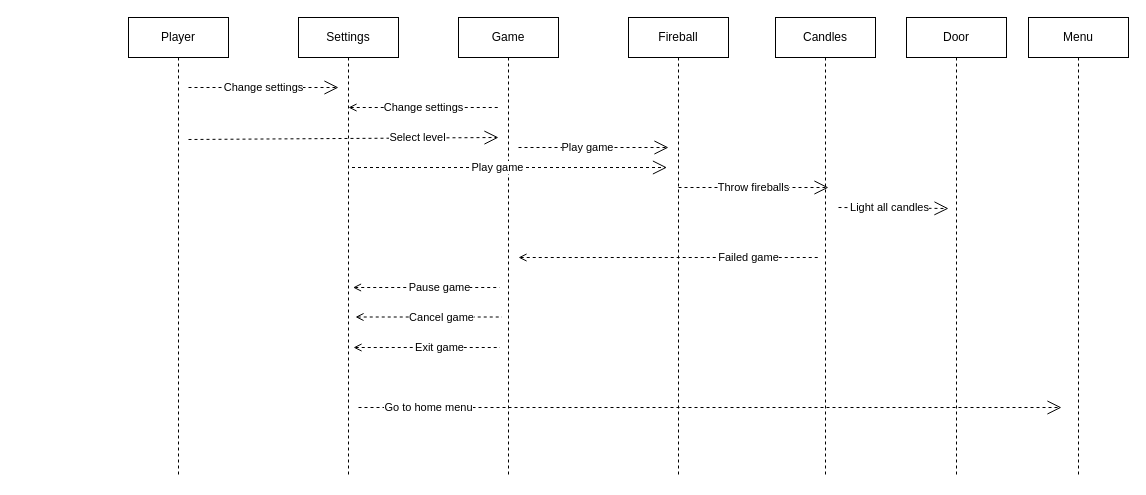
Above: page "Sequence Model" (2 of 3) of Fileball Game Diagrams.drawio in sunrise858/CISC210Draw (draw.io), before the change. Source tidied: cells renumbered, new cells numbered last; positions are measured from the earlier drawing's top-left corner, leaving out a move shared by most shapes. Both pictures are drawn from the tidied source at 100%, with x=0, y=0 at pixel (128, 17).
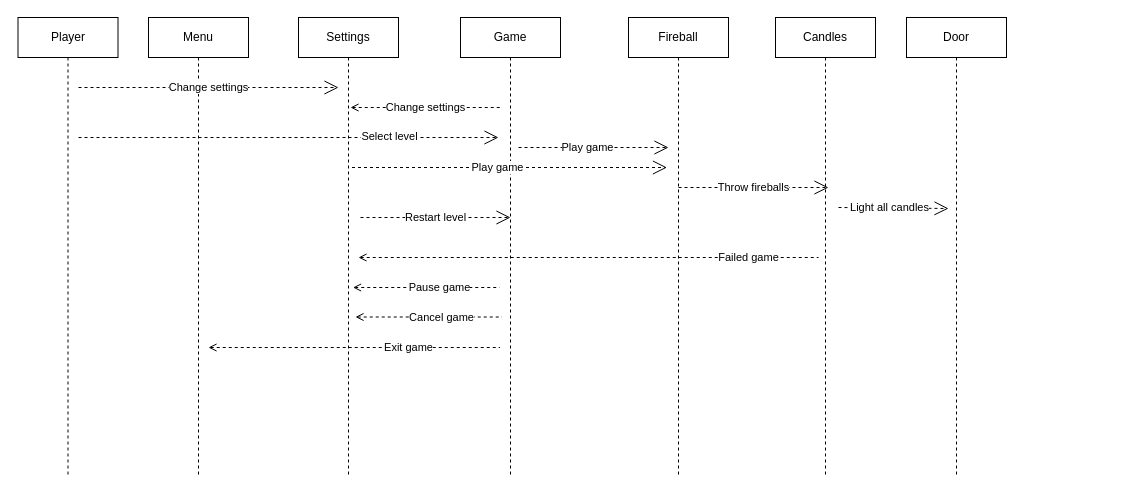
After the change.

Unchanged cells that the change refers to:
```xml
<mxCell id="3" value="Settings" style="shape=umlLifeline;perimeter=lifelinePerimeter;whiteSpace=wrap;html=1;" parent="1" vertex="1">
  <mxGeometry x="170" width="100" height="460" as="geometry" />
</mxCell>
```

Diff of the diagram source:
```diff
@@
     <mxCell id="2" value="Player" style="shape=umlLifeline;perimeter=lifelinePerimeter;whiteSpace=wrap;html=1;" parent="1" vertex="1">
-      <mxGeometry width="100" height="460" as="geometry" />
+      <mxGeometry x="-110.5" width="100" height="460" as="geometry" />
     </mxCell>
@@
     <mxCell id="4" value="Select level" style="endArrow=open;endSize=12;dashed=1;html=1;" parent="3" edge="1">
       <mxGeometry x="0.48" y="1" relative="1" as="geometry">
-        <mxPoint x="-110" y="122" as="sourcePoint" />
+        <mxPoint x="-220" y="120" as="sourcePoint" />
         <mxPoint x="200" y="120" as="targetPoint" />
       </mxGeometry>
     </mxCell>
     <mxCell id="5" value="Game" style="shape=umlLifeline;perimeter=lifelinePerimeter;whiteSpace=wrap;html=1;size=40;" parent="1" vertex="1">
-      <mxGeometry x="330" width="100" height="460" as="geometry" />
+      <mxGeometry x="332" width="100" height="460" as="geometry" />
     </mxCell>
@@
     <mxCell id="9" value="Menu" style="shape=umlLifeline;perimeter=lifelinePerimeter;whiteSpace=wrap;html=1;" parent="1" vertex="1">
-      <mxGeometry x="900" width="100" height="460" as="geometry" />
+      <mxGeometry x="20" width="100" height="460" as="geometry" />
     </mxCell>
     <mxCell id="10" value="Change settings" style="endArrow=open;endSize=12;dashed=1;html=1;" parent="1" edge="1">
       <mxGeometry relative="1" as="geometry">
-        <mxPoint x="60" y="70" as="sourcePoint" />
+        <mxPoint x="-50" y="70" as="sourcePoint" />
         <mxPoint x="210" y="70" as="targetPoint" />
       </mxGeometry>
     </mxCell>
@@
     <mxCell id="12" value="Change settings" style="endArrow=none;endSize=12;dashed=1;html=1;endFill=0;startArrow=open;startFill=0;" parent="1" edge="1">
       <mxGeometry relative="1" as="geometry">
-        <mxPoint x="220" y="90" as="sourcePoint" />
-        <mxPoint x="370" y="90" as="targetPoint" />
+        <mxPoint x="222" y="90" as="sourcePoint" />
+        <mxPoint x="372" y="90" as="targetPoint" />
       </mxGeometry>
     </mxCell>
@@
     <mxCell id="15" value="Failed game" style="endArrow=none;endSize=12;dashed=1;html=1;endFill=0;startArrow=open;startFill=0;" parent="1" edge="1">
-      <mxGeometry x="0.53" relative="1" as="geometry">
-        <mxPoint x="390" y="240" as="sourcePoint" />
+      <mxGeometry x="0.7" relative="1" as="geometry">
+        <mxPoint x="230" y="240" as="sourcePoint" />
         <mxPoint x="690" y="240" as="targetPoint" />
+        <mxPoint x="-1" as="offset" />
       </mxGeometry>
     </mxCell>
@@
     <mxCell id="18" value="Exit game" style="endArrow=none;endSize=12;dashed=1;html=1;endFill=0;startArrow=open;startFill=0;" parent="1" edge="1">
-      <mxGeometry x="0.18" relative="1" as="geometry">
-        <mxPoint x="225" y="330" as="sourcePoint" />
+      <mxGeometry x="0.37" relative="1" as="geometry">
+        <mxPoint x="80" y="330" as="sourcePoint" />
         <mxPoint x="371.5" y="330" as="targetPoint" />
       </mxGeometry>
     </mxCell>
-    <mxCell id="19" value="Go to home menu" style="endArrow=open;endSize=12;dashed=1;html=1;" parent="1" edge="1">
-      <mxGeometry x="-0.8" relative="1" as="geometry">
-        <mxPoint x="230" y="390" as="sourcePoint" />
-        <mxPoint x="933" y="390" as="targetPoint" />
-      </mxGeometry>
-    </mxCell>
@@
+    <mxCell id="21" value="Restart level" style="endArrow=open;endSize=12;dashed=1;html=1;" parent="1" edge="1">
+      <mxGeometry relative="1" as="geometry">
+        <mxPoint x="232" y="200" as="sourcePoint" />
+        <mxPoint x="382" y="200" as="targetPoint" />
+      </mxGeometry>
+    </mxCell>
```
